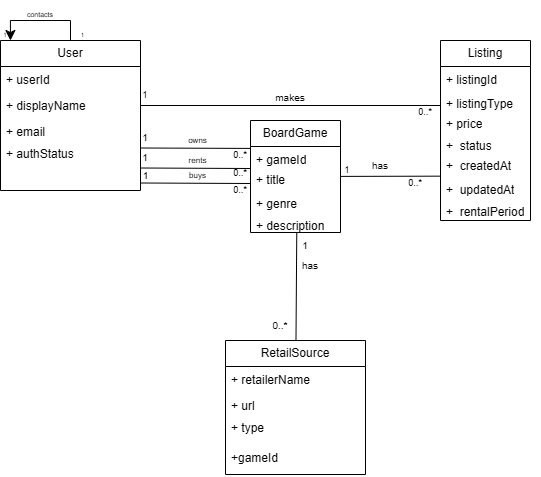
COS301-SE-2026/Boardwise keeps this draw.io diagram as docs/diagrams/Marketplace_Domain_Model.png. Above is the earlier version. Source tidied: cells renumbered, new cells last; positions are measured from the earlier drawing's top-left corner, leaving out a move shared by most shapes.
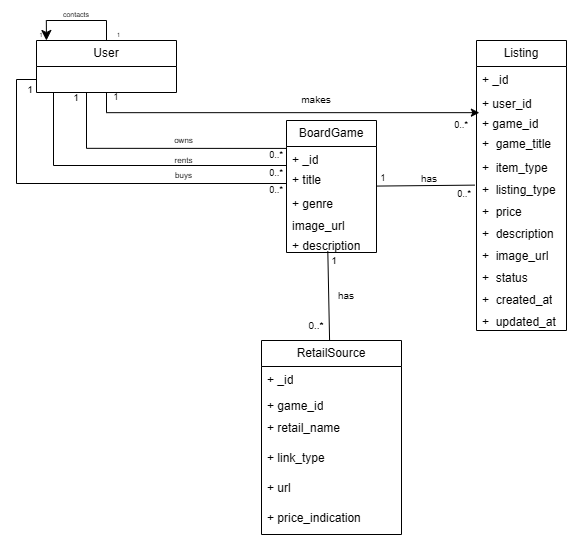
After the change.

Commit message:
docs: updated marketplace domain model png

What changed in the source:
```diff
@@ -12,18 +12,13 @@
     </mxCell>
+    <mxCell id="54" style="edgeStyle=orthogonalEdgeStyle;rounded=0;jettySize=auto;html=1;exitX=0.5;exitY=1;exitDx=0;exitDy=0;entryX=0.032;entryY=1.108;entryDx=0;entryDy=0;entryPerimeter=0;" parent="1" edge="1" source="3" target="11">
+      <mxGeometry relative="1" as="geometry">
+        <Array as="points">
+          <mxPoint x="70" y="112" />
+        </Array>
+      </mxGeometry>
+    </mxCell>
     <mxCell id="3" value="User" style="swimlane;fontStyle=0;horizontal=1;startSize=26;fillColor=none;whiteSpace=wrap;html=1;" parent="1" vertex="1">
-      <mxGeometry y="40" width="140" height="150" as="geometry" />
+      <mxGeometry y="40" width="140" height="52" as="geometry" />
     </mxCell>
-    <mxCell id="4" value="+ userId&lt;span style=&quot;white-space: pre;&quot;&gt;&#9;&lt;/span&gt;&lt;span style=&quot;white-space: pre;&quot;&gt;&#9;&lt;/span&gt;" style="text;strokeColor=none;fillColor=none;align=left;verticalAlign=top;spacingLeft=4;spacingRight=4;overflow=hidden;whiteSpace=wrap;html=1;" parent="3" vertex="1">
-      <mxGeometry y="26" width="140" height="26" as="geometry" />
-    </mxCell>
-    <mxCell id="5" value="+&amp;nbsp;displayName" style="text;strokeColor=none;fillColor=none;align=left;verticalAlign=top;spacingLeft=4;spacingRight=4;overflow=hidden;points=[[0,0.5],[1,0.5]];portConstraint=eastwest;whiteSpace=wrap;html=1;" parent="3" vertex="1">
-      <mxGeometry y="52" width="140" height="26" as="geometry" />
-    </mxCell>
-    <mxCell id="6" value="+&amp;nbsp;email" style="text;strokeColor=none;fillColor=none;align=left;verticalAlign=top;spacingLeft=4;spacingRight=4;overflow=hidden;whiteSpace=wrap;html=1;" parent="3" vertex="1">
-      <mxGeometry y="78" width="140" height="22" as="geometry" />
-    </mxCell>
-    <mxCell id="7" value="+&amp;nbsp;authStatus" style="text;strokeColor=none;fillColor=none;align=left;verticalAlign=top;spacingLeft=4;spacingRight=4;overflow=hidden;whiteSpace=wrap;html=1;" parent="3" vertex="1">
-      <mxGeometry y="100" width="140" height="50" as="geometry" />
-    </mxCell>
-    <mxCell id="8" style="edgeStyle=none;curved=1;rounded=0;jettySize=auto;html=1;fontSize=12;startSize=8;endSize=8;endArrow=none;endFill=0;exitX=-0.005;exitY=0.986;exitDx=0;exitDy=0;exitPerimeter=0;" parent="1" edge="1" source="14" target="18">
+    <mxCell id="8" style="edgeStyle=none;curved=1;rounded=0;jettySize=auto;html=1;fontSize=12;startSize=8;endSize=8;endArrow=none;endFill=0;exitX=-0.017;exitY=0.392;exitDx=0;exitDy=0;exitPerimeter=0;" parent="1" edge="1" source="16" target="18">
       <mxGeometry relative="1" as="geometry" />
@@ -31,24 +26,21 @@
     <mxCell id="9" value="Listing" style="swimlane;fontStyle=0;horizontal=1;startSize=26;fillColor=none;whiteSpace=wrap;html=1;" parent="1" vertex="1">
-      <mxGeometry x="440" y="40" width="90" height="180" as="geometry" />
+      <mxGeometry x="440" y="40" width="90" height="290" as="geometry" />
     </mxCell>
-    <mxCell id="10" value="+&amp;nbsp;listingId&lt;span style=&quot;white-space: pre;&quot;&gt;&#9;&lt;/span&gt;&lt;span style=&quot;white-space: pre;&quot;&gt;&#9;&lt;/span&gt;&lt;span style=&quot;white-space: pre;&quot;&gt;&#9;&lt;/span&gt;&lt;span style=&quot;white-space: pre;&quot;&gt;&#9;&lt;/span&gt;" style="text;strokeColor=none;fillColor=none;align=left;verticalAlign=top;spacingLeft=4;spacingRight=4;overflow=hidden;whiteSpace=wrap;html=1;" parent="9" vertex="1">
+    <mxCell id="10" value="+ _id" style="text;strokeColor=none;fillColor=none;align=left;verticalAlign=top;spacingLeft=4;spacingRight=4;overflow=hidden;whiteSpace=wrap;html=1;" parent="9" vertex="1">
       <mxGeometry y="26" width="90" height="24" as="geometry" />
     </mxCell>
-    <mxCell id="11" value="+&amp;nbsp;listingType" style="text;strokeColor=none;fillColor=none;align=left;verticalAlign=top;spacingLeft=4;spacingRight=4;overflow=hidden;points=[[0,0.5],[1,0.5]];portConstraint=eastwest;whiteSpace=wrap;html=1;" parent="9" vertex="1">
+    <mxCell id="11" value="+ user_id" style="text;strokeColor=none;fillColor=none;align=left;verticalAlign=top;spacingLeft=4;spacingRight=4;overflow=hidden;points=[[0,0.5],[1,0.5]];portConstraint=eastwest;whiteSpace=wrap;html=1;" parent="9" vertex="1">
       <mxGeometry y="50" width="90" height="20" as="geometry" />
     </mxCell>
-    <mxCell id="12" value="+&amp;nbsp;price" style="text;strokeColor=none;fillColor=none;align=left;verticalAlign=top;spacingLeft=4;spacingRight=4;overflow=hidden;whiteSpace=wrap;html=1;" parent="9" vertex="1">
-      <mxGeometry y="70" width="90" height="22" as="geometry" />
-    </mxCell>
-    <mxCell id="13" value="+&amp;nbsp; status" style="text;strokeColor=none;fillColor=none;align=left;verticalAlign=top;spacingLeft=4;spacingRight=4;overflow=hidden;whiteSpace=wrap;html=1;" parent="9" vertex="1">
-      <mxGeometry y="92" width="90" height="20" as="geometry" />
+    <mxCell id="13" value="+ game_id" style="text;strokeColor=none;fillColor=none;align=left;verticalAlign=top;spacingLeft=4;spacingRight=4;overflow=hidden;whiteSpace=wrap;html=1;" parent="9" vertex="1">
+      <mxGeometry y="70" width="90" height="20" as="geometry" />
     </mxCell>
-    <mxCell id="14" value="+&amp;nbsp; createdAt" style="text;strokeColor=none;fillColor=none;align=left;verticalAlign=top;spacingLeft=4;spacingRight=4;overflow=hidden;points=[[0,0.5],[1,0.5]];portConstraint=eastwest;whiteSpace=wrap;html=1;" parent="9" vertex="1">
-      <mxGeometry y="112" width="90" height="24" as="geometry" />
+    <mxCell id="14" value="+&amp;nbsp; game_title" style="text;strokeColor=none;fillColor=none;align=left;verticalAlign=top;spacingLeft=4;spacingRight=4;overflow=hidden;points=[[0,0.5],[1,0.5]];portConstraint=eastwest;whiteSpace=wrap;html=1;" parent="9" vertex="1">
+      <mxGeometry y="90" width="90" height="24" as="geometry" />
     </mxCell>
-    <mxCell id="15" value="+&amp;nbsp; updatedAt" style="text;strokeColor=none;fillColor=none;align=left;verticalAlign=top;spacingLeft=4;spacingRight=4;overflow=hidden;whiteSpace=wrap;html=1;" parent="9" vertex="1">
-      <mxGeometry y="136" width="90" height="22" as="geometry" />
+    <mxCell id="15" value="+&amp;nbsp; item_type" style="text;strokeColor=none;fillColor=none;align=left;verticalAlign=top;spacingLeft=4;spacingRight=4;overflow=hidden;whiteSpace=wrap;html=1;" parent="9" vertex="1">
+      <mxGeometry y="114" width="90" height="22" as="geometry" />
     </mxCell>
-    <mxCell id="16" value="+&amp;nbsp; rentalPeriod" style="text;strokeColor=none;fillColor=none;align=left;verticalAlign=top;spacingLeft=4;spacingRight=4;overflow=hidden;points=[[0,0.5],[1,0.5]];portConstraint=eastwest;whiteSpace=wrap;html=1;" parent="9" vertex="1">
-      <mxGeometry y="158" width="90" height="22" as="geometry" />
+    <mxCell id="16" value="+&amp;nbsp; listing_type" style="text;strokeColor=none;fillColor=none;align=left;verticalAlign=top;spacingLeft=4;spacingRight=4;overflow=hidden;points=[[0,0.5],[1,0.5]];portConstraint=eastwest;whiteSpace=wrap;html=1;" parent="9" vertex="1">
+      <mxGeometry y="136" width="90" height="22" as="geometry" />
     </mxCell>
@@ -57,9 +49,27 @@
     </mxCell>
+    <mxCell id="12" value="+&amp;nbsp; price" style="text;strokeColor=none;fillColor=none;align=left;verticalAlign=top;spacingLeft=4;spacingRight=4;overflow=hidden;whiteSpace=wrap;html=1;" parent="9" vertex="1">
+      <mxGeometry y="158" width="90" height="22" as="geometry" />
+    </mxCell>
+    <mxCell id="55" value="+&amp;nbsp; description" style="text;strokeColor=none;fillColor=none;align=left;verticalAlign=top;spacingLeft=4;spacingRight=4;overflow=hidden;whiteSpace=wrap;html=1;" parent="9" vertex="1">
+      <mxGeometry y="180" width="90" height="22" as="geometry" />
+    </mxCell>
+    <mxCell id="56" value="+&amp;nbsp; image_url" style="text;strokeColor=none;fillColor=none;align=left;verticalAlign=top;spacingLeft=4;spacingRight=4;overflow=hidden;whiteSpace=wrap;html=1;" parent="9" vertex="1">
+      <mxGeometry y="202" width="90" height="22" as="geometry" />
+    </mxCell>
+    <mxCell id="57" value="+&amp;nbsp; status" style="text;strokeColor=none;fillColor=none;align=left;verticalAlign=top;spacingLeft=4;spacingRight=4;overflow=hidden;whiteSpace=wrap;html=1;" parent="9" vertex="1">
+      <mxGeometry y="224" width="90" height="22" as="geometry" />
+    </mxCell>
+    <mxCell id="58" value="+&amp;nbsp; created_at" style="text;strokeColor=none;fillColor=none;align=left;verticalAlign=top;spacingLeft=4;spacingRight=4;overflow=hidden;whiteSpace=wrap;html=1;" parent="9" vertex="1">
+      <mxGeometry y="246" width="90" height="22" as="geometry" />
+    </mxCell>
+    <mxCell id="59" value="+&amp;nbsp; updated_at" style="text;strokeColor=none;fillColor=none;align=left;verticalAlign=top;spacingLeft=4;spacingRight=4;overflow=hidden;whiteSpace=wrap;html=1;" parent="9" vertex="1">
+      <mxGeometry y="268" width="90" height="22" as="geometry" />
+    </mxCell>
     <mxCell id="18" value="BoardGame" style="swimlane;fontStyle=0;horizontal=1;startSize=26;fillColor=none;whiteSpace=wrap;html=1;" parent="1" vertex="1">
-      <mxGeometry x="250" y="120" width="90" height="112" as="geometry" />
+      <mxGeometry x="250" y="120" width="90" height="132" as="geometry" />
     </mxCell>
-    <mxCell id="19" value="+&amp;nbsp;gameId" style="text;strokeColor=none;fillColor=none;align=left;verticalAlign=top;spacingLeft=4;spacingRight=4;overflow=hidden;points=[[0,0.5],[1,0.5]];portConstraint=eastwest;whiteSpace=wrap;html=1;" parent="18" vertex="1">
+    <mxCell id="19" value="+ _id" style="text;strokeColor=none;fillColor=none;align=left;verticalAlign=top;spacingLeft=4;spacingRight=4;overflow=hidden;points=[[0,0.5],[1,0.5]];portConstraint=eastwest;whiteSpace=wrap;html=1;" parent="18" vertex="1">
       <mxGeometry y="26" width="90" height="20" as="geometry" />
     </mxCell>
-    <mxCell id="20" value="+&amp;nbsp;title&amp;nbsp;" style="text;strokeColor=none;fillColor=none;align=left;verticalAlign=top;spacingLeft=4;spacingRight=4;overflow=hidden;whiteSpace=wrap;html=1;" parent="18" vertex="1">
+    <mxCell id="20" value="+&amp;nbsp;title" style="text;strokeColor=none;fillColor=none;align=left;verticalAlign=top;spacingLeft=4;spacingRight=4;overflow=hidden;whiteSpace=wrap;html=1;" parent="18" vertex="1">
       <mxGeometry y="46" width="90" height="24" as="geometry" />
@@ -69,6 +79,9 @@
     </mxCell>
-    <mxCell id="22" value="+&amp;nbsp;description" style="text;strokeColor=none;fillColor=none;align=left;verticalAlign=top;spacingLeft=4;spacingRight=4;overflow=hidden;points=[[0,0.5],[1,0.5]];portConstraint=eastwest;whiteSpace=wrap;html=1;" parent="18" vertex="1">
+    <mxCell id="22" value="image_url" style="text;strokeColor=none;fillColor=none;align=left;verticalAlign=top;spacingLeft=4;spacingRight=4;overflow=hidden;points=[[0,0.5],[1,0.5]];portConstraint=eastwest;whiteSpace=wrap;html=1;" parent="18" vertex="1">
       <mxGeometry y="92" width="90" height="20" as="geometry" />
     </mxCell>
+    <mxCell id="60" value="+&amp;nbsp;description" style="text;strokeColor=none;fillColor=none;align=left;verticalAlign=top;spacingLeft=4;spacingRight=4;overflow=hidden;points=[[0,0.5],[1,0.5]];portConstraint=eastwest;whiteSpace=wrap;html=1;" parent="18" vertex="1">
+      <mxGeometry y="112" width="90" height="20" as="geometry" />
+    </mxCell>
-    <mxCell id="23" style="edgeStyle=none;curved=1;rounded=0;jettySize=auto;html=1;entryX=0.514;entryY=1.034;entryDx=0;entryDy=0;fontSize=12;startSize=8;endSize=8;endArrow=none;endFill=0;entryPerimeter=0;" parent="1" edge="1" source="24" target="22">
+    <mxCell id="23" style="edgeStyle=none;curved=1;rounded=0;jettySize=auto;html=1;entryX=0.459;entryY=0.943;entryDx=0;entryDy=0;fontSize=12;startSize=8;endSize=8;endArrow=none;endFill=0;entryPerimeter=0;" parent="1" edge="1" source="24" target="60">
       <mxGeometry relative="1" as="geometry" />
@@ -76,30 +89,34 @@
     <mxCell id="24" value="RetailSource" style="swimlane;fontStyle=0;horizontal=1;startSize=26;fillColor=none;whiteSpace=wrap;html=1;" parent="1" vertex="1">
-      <mxGeometry x="225" y="340" width="140" height="134" as="geometry" />
+      <mxGeometry x="225" y="340" width="140" height="194" as="geometry" />
     </mxCell>
-    <mxCell id="25" value="+&amp;nbsp;retailerName" style="text;strokeColor=none;fillColor=none;align=left;verticalAlign=top;spacingLeft=4;spacingRight=4;overflow=hidden;whiteSpace=wrap;html=1;" parent="24" vertex="1">
+    <mxCell id="25" value="+ _id" style="text;strokeColor=none;fillColor=none;align=left;verticalAlign=top;spacingLeft=4;spacingRight=4;overflow=hidden;whiteSpace=wrap;html=1;" parent="24" vertex="1">
       <mxGeometry y="26" width="140" height="26" as="geometry" />
     </mxCell>
-    <mxCell id="26" value="+&amp;nbsp;url" style="text;strokeColor=none;fillColor=none;align=left;verticalAlign=top;spacingLeft=4;spacingRight=4;overflow=hidden;whiteSpace=wrap;html=1;" parent="24" vertex="1">
+    <mxCell id="26" value="+&amp;nbsp;game_id" style="text;strokeColor=none;fillColor=none;align=left;verticalAlign=top;spacingLeft=4;spacingRight=4;overflow=hidden;whiteSpace=wrap;html=1;" parent="24" vertex="1">
       <mxGeometry y="52" width="140" height="22" as="geometry" />
     </mxCell>
-    <mxCell id="27" value="+&amp;nbsp;type&amp;nbsp;" style="text;strokeColor=none;fillColor=none;align=left;verticalAlign=top;spacingLeft=4;spacingRight=4;overflow=hidden;whiteSpace=wrap;html=1;" parent="24" vertex="1">
+    <mxCell id="27" value="+&amp;nbsp;retail_name" style="text;strokeColor=none;fillColor=none;align=left;verticalAlign=top;spacingLeft=4;spacingRight=4;overflow=hidden;whiteSpace=wrap;html=1;" parent="24" vertex="1">
       <mxGeometry y="74" width="140" height="30" as="geometry" />
     </mxCell>
-    <mxCell id="28" value="+gameId" style="text;strokeColor=none;fillColor=none;align=left;verticalAlign=top;spacingLeft=4;spacingRight=4;overflow=hidden;whiteSpace=wrap;html=1;" parent="24" vertex="1">
+    <mxCell id="28" value="+ link_type" style="text;strokeColor=none;fillColor=none;align=left;verticalAlign=top;spacingLeft=4;spacingRight=4;overflow=hidden;whiteSpace=wrap;html=1;" parent="24" vertex="1">
       <mxGeometry y="104" width="140" height="30" as="geometry" />
     </mxCell>
-    <mxCell id="29" style="edgeStyle=none;curved=1;rounded=0;jettySize=auto;html=1;exitX=1;exitY=0.5;exitDx=0;exitDy=0;fontSize=12;startSize=8;endSize=8;endArrow=none;endFill=0;" parent="1" edge="1" source="5">
-      <mxGeometry relative="1" as="geometry">
-        <mxPoint x="440" y="105" as="targetPoint" />
-      </mxGeometry>
-    </mxCell>
+    <mxCell id="61" value="+ url" style="text;strokeColor=none;fillColor=none;align=left;verticalAlign=top;spacingLeft=4;spacingRight=4;overflow=hidden;whiteSpace=wrap;html=1;" parent="24" vertex="1">
+      <mxGeometry y="134" width="140" height="30" as="geometry" />
+    </mxCell>
+    <mxCell id="62" value="+ price_indication" style="text;strokeColor=none;fillColor=none;align=left;verticalAlign=top;spacingLeft=4;spacingRight=4;overflow=hidden;whiteSpace=wrap;html=1;" parent="24" vertex="1">
+      <mxGeometry y="164" width="140" height="30" as="geometry" />
+    </mxCell>
     <mxCell id="30" value="1" style="text;html=1;whiteSpace=wrap;strokeColor=none;fillColor=none;align=center;verticalAlign=middle;rounded=0;fontSize=9;" parent="1" vertex="1">
-      <mxGeometry x="130" y="90" width="30" height="10" as="geometry" />
+      <mxGeometry x="65" y="92" width="30" height="10" as="geometry" />
     </mxCell>
     <mxCell id="31" value="0..*" style="text;html=1;whiteSpace=wrap;strokeColor=none;fillColor=none;align=center;verticalAlign=middle;rounded=0;fontSize=9;" parent="1" vertex="1">
-      <mxGeometry x="410" y="107" width="30" height="10" as="geometry" />
+      <mxGeometry x="410" y="120" width="30" height="10" as="geometry" />
     </mxCell>
-    <mxCell id="32" style="edgeStyle=none;curved=1;rounded=0;jettySize=auto;html=1;entryX=0;entryY=0.096;entryDx=0;entryDy=0;fontSize=12;startSize=8;endSize=8;exitX=0;exitY=0.75;exitDx=0;exitDy=0;endArrow=none;endFill=0;entryPerimeter=0;" parent="1" edge="1" target="19">
+    <mxCell id="32" style="edgeStyle=orthogonalEdgeStyle;rounded=0;jettySize=auto;html=1;entryX=0;entryY=0.096;entryDx=0;entryDy=0;fontSize=12;startSize=8;endSize=8;endArrow=none;endFill=0;entryPerimeter=0;" parent="1" edge="1" target="19">
       <mxGeometry relative="1" as="geometry">
-        <mxPoint x="140" y="147.5" as="sourcePoint" />
+        <mxPoint x="50" y="91.8" as="sourcePoint" />
+        <Array as="points">
+          <mxPoint x="50" y="148" />
+        </Array>
       </mxGeometry>
@@ -110,21 +127,18 @@
     <mxCell id="34" value="&lt;font style=&quot;font-size: 10px;&quot;&gt;makes&lt;/font&gt;" style="text;html=1;whiteSpace=wrap;strokeColor=none;fillColor=none;align=center;verticalAlign=middle;rounded=0;fontSize=16;" parent="1" vertex="1">
-      <mxGeometry x="260" y="80" width="60" height="30" as="geometry" />
+      <mxGeometry x="250" y="82" width="60" height="30" as="geometry" />
     </mxCell>
     <mxCell id="35" value="&lt;font style=&quot;font-size: 10px;&quot;&gt;has&lt;/font&gt;" style="text;html=1;whiteSpace=wrap;strokeColor=none;fillColor=none;align=center;verticalAlign=middle;rounded=0;" parent="1" vertex="1">
-      <mxGeometry x="280" y="250" width="60" height="30" as="geometry" />
+      <mxGeometry x="280" y="280" width="60" height="30" as="geometry" />
     </mxCell>
     <mxCell id="36" value="&lt;font style=&quot;font-size: 10px;&quot;&gt;1&lt;/font&gt;" style="text;html=1;whiteSpace=wrap;strokeColor=none;fillColor=none;align=center;verticalAlign=middle;rounded=0;" parent="1" vertex="1">
-      <mxGeometry x="290" y="230" width="30" height="30" as="geometry" />
+      <mxGeometry x="283" y="245" width="30" height="30" as="geometry" />
     </mxCell>
-    <mxCell id="37" value="&lt;font style=&quot;font-size: 10px;&quot;&gt;1&lt;/font&gt;" style="text;html=1;whiteSpace=wrap;strokeColor=none;fillColor=none;align=center;verticalAlign=middle;rounded=0;fontSize=16;" parent="1" vertex="1">
-      <mxGeometry x="115" y="120" width="60" height="30" as="geometry" />
-    </mxCell>
     <mxCell id="38" value="1" style="text;html=1;whiteSpace=wrap;strokeColor=none;fillColor=none;align=center;verticalAlign=middle;rounded=0;fontSize=9;" parent="1" vertex="1">
-      <mxGeometry x="329" y="160" width="36" height="20" as="geometry" />
+      <mxGeometry x="329" y="168" width="36" height="20" as="geometry" />
     </mxCell>
     <mxCell id="39" value="0..*" style="text;html=1;whiteSpace=wrap;strokeColor=none;fillColor=none;align=center;verticalAlign=middle;rounded=0;fontSize=9;" parent="1" vertex="1">
-      <mxGeometry x="400" y="177.5" width="30" height="10" as="geometry" />
+      <mxGeometry x="413" y="189" width="30" height="10" as="geometry" />
     </mxCell>
     <mxCell id="40" value="owns" style="text;html=1;whiteSpace=wrap;strokeColor=none;fillColor=none;align=center;verticalAlign=middle;rounded=0;fontSize=8;" parent="1" vertex="1">
-      <mxGeometry x="180" y="130" width="35" height="20" as="geometry" />
+      <mxGeometry x="130" y="130" width="35" height="20" as="geometry" />
     </mxCell>
@@ -134,8 +148,12 @@
     <mxCell id="42" value="&lt;font style=&quot;font-size: 10px;&quot;&gt;has&lt;/font&gt;" style="text;html=1;whiteSpace=wrap;strokeColor=none;fillColor=none;align=center;verticalAlign=middle;rounded=0;" parent="1" vertex="1">
-      <mxGeometry x="350" y="150" width="60" height="30" as="geometry" />
+      <mxGeometry x="363" y="163" width="60" height="30" as="geometry" />
     </mxCell>
-    <mxCell id="43" style="edgeStyle=none;curved=1;rounded=0;orthogonalLoop=1;jettySize=auto;html=1;entryX=0;entryY=0.096;entryDx=0;entryDy=0;fontSize=12;startSize=8;endSize=8;exitX=0;exitY=0.75;exitDx=0;exitDy=0;endArrow=none;endFill=0;entryPerimeter=0;" parent="1" edge="1">
+    <mxCell id="43" style="edgeStyle=orthogonalEdgeStyle;rounded=0;orthogonalLoop=1;jettySize=auto;html=1;entryX=0;entryY=0.096;entryDx=0;entryDy=0;fontSize=12;startSize=8;endSize=8;endArrow=none;endFill=0;entryPerimeter=0;" parent="1" edge="1">
       <mxGeometry relative="1" as="geometry">
-        <mxPoint x="140" y="167.5" as="sourcePoint" />
+        <mxPoint x="17" y="92" as="sourcePoint" />
         <mxPoint x="250" y="168" as="targetPoint" />
+        <Array as="points">
+          <mxPoint x="17" y="165" />
+          <mxPoint x="250" y="165" />
+        </Array>
       </mxGeometry>
@@ -143,6 +161,6 @@
     <mxCell id="44" value="&lt;font style=&quot;font-size: 10px;&quot;&gt;1&lt;/font&gt;" style="text;html=1;whiteSpace=wrap;strokeColor=none;fillColor=none;align=center;verticalAlign=middle;rounded=0;fontSize=16;" parent="1" vertex="1">
-      <mxGeometry x="115" y="140" width="60" height="30" as="geometry" />
+      <mxGeometry x="-36" y="72" width="60" height="30" as="geometry" />
     </mxCell>
     <mxCell id="45" value="rents" style="text;html=1;whiteSpace=wrap;strokeColor=none;fillColor=none;align=center;verticalAlign=middle;rounded=0;fontSize=8;" parent="1" vertex="1">
-      <mxGeometry x="180" y="150" width="35" height="20" as="geometry" />
+      <mxGeometry x="130" y="150" width="35" height="20" as="geometry" />
     </mxCell>
@@ -151,9 +169,12 @@
     </mxCell>
-    <mxCell id="47" style="edgeStyle=none;curved=1;rounded=0;orthogonalLoop=1;jettySize=auto;html=1;entryX=0;entryY=0.096;entryDx=0;entryDy=0;fontSize=12;startSize=8;endSize=8;exitX=0;exitY=0.75;exitDx=0;exitDy=0;endArrow=none;endFill=0;entryPerimeter=0;" parent="1" edge="1">
+    <mxCell id="47" style="edgeStyle=orthogonalEdgeStyle;rounded=0;jettySize=auto;html=1;entryX=0;entryY=0.096;entryDx=0;entryDy=0;fontSize=12;startSize=8;endSize=8;endArrow=none;endFill=0;entryPerimeter=0;exitX=0;exitY=0.75;exitDx=0;exitDy=0;" parent="1" edge="1" source="3">
       <mxGeometry relative="1" as="geometry">
-        <mxPoint x="140" y="182.5" as="sourcePoint" />
         <mxPoint x="250" y="183" as="targetPoint" />
+        <Array as="points">
+          <mxPoint x="-20" y="79" />
+          <mxPoint x="-20" y="183" />
+        </Array>
       </mxGeometry>
     </mxCell>
-    <mxCell id="48" value="&lt;font style=&quot;font-size: 10px;&quot;&gt;1&lt;/font&gt;" style="text;html=1;whiteSpace=wrap;strokeColor=none;fillColor=none;align=center;verticalAlign=middle;rounded=0;fontSize=16;" parent="1" vertex="1">
+    <mxCell id="48" value="&amp;nbsp; &amp;nbsp; &amp;nbsp; &amp;nbsp; &amp;nbsp;&amp;nbsp; " style="text;html=1;whiteSpace=wrap;strokeColor=none;fillColor=none;align=center;verticalAlign=middle;rounded=0;fontSize=16;" parent="1" vertex="1">
       <mxGeometry x="127.5" y="165" width="35" height="15" as="geometry" />
@@ -161,3 +182,3 @@
     <mxCell id="49" value="buys" style="text;html=1;whiteSpace=wrap;strokeColor=none;fillColor=none;align=center;verticalAlign=middle;rounded=0;fontSize=8;" parent="1" vertex="1">
-      <mxGeometry x="180" y="165" width="35" height="20" as="geometry" />
+      <mxGeometry x="130" y="165" width="35" height="20" as="geometry" />
     </mxCell>
@@ -175,2 +196,5 @@
     </mxCell>
+    <mxCell id="37" value="&lt;font style=&quot;font-size: 10px;&quot;&gt;1&lt;/font&gt;" style="text;html=1;whiteSpace=wrap;strokeColor=none;fillColor=none;align=center;verticalAlign=middle;rounded=0;fontSize=16;" parent="1" vertex="1">
+      <mxGeometry x="10" y="80" width="60" height="30" as="geometry" />
+    </mxCell>
   </root>
```
